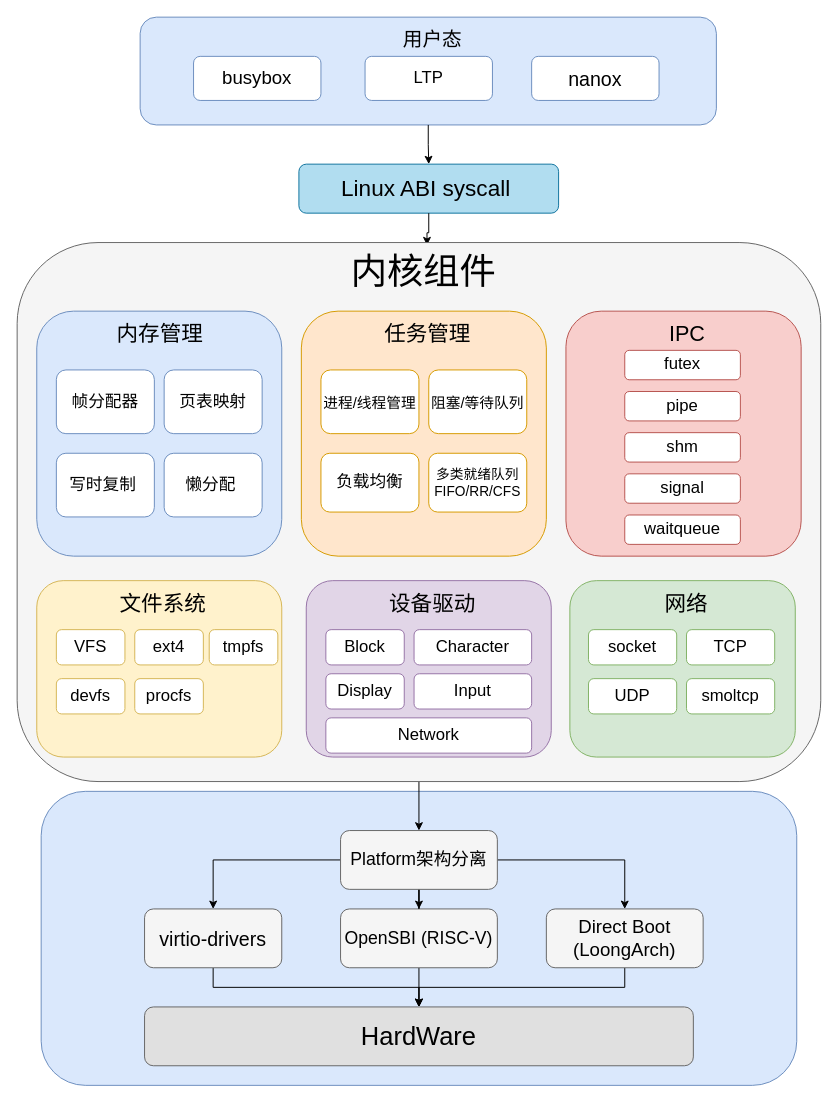
Before: docs/drawio/wateros-userpath.drawio in zhitian111/WaterOS, a draw.io diagram. Source tidied: cells renumbered, new cells numbered last; positions are measured from the earlier drawing's top-left corner, leaving out a move shared by most shapes. Both pictures are drawn from the tidied source at 98%, with x=0, y=0 at pixel (17, 17).
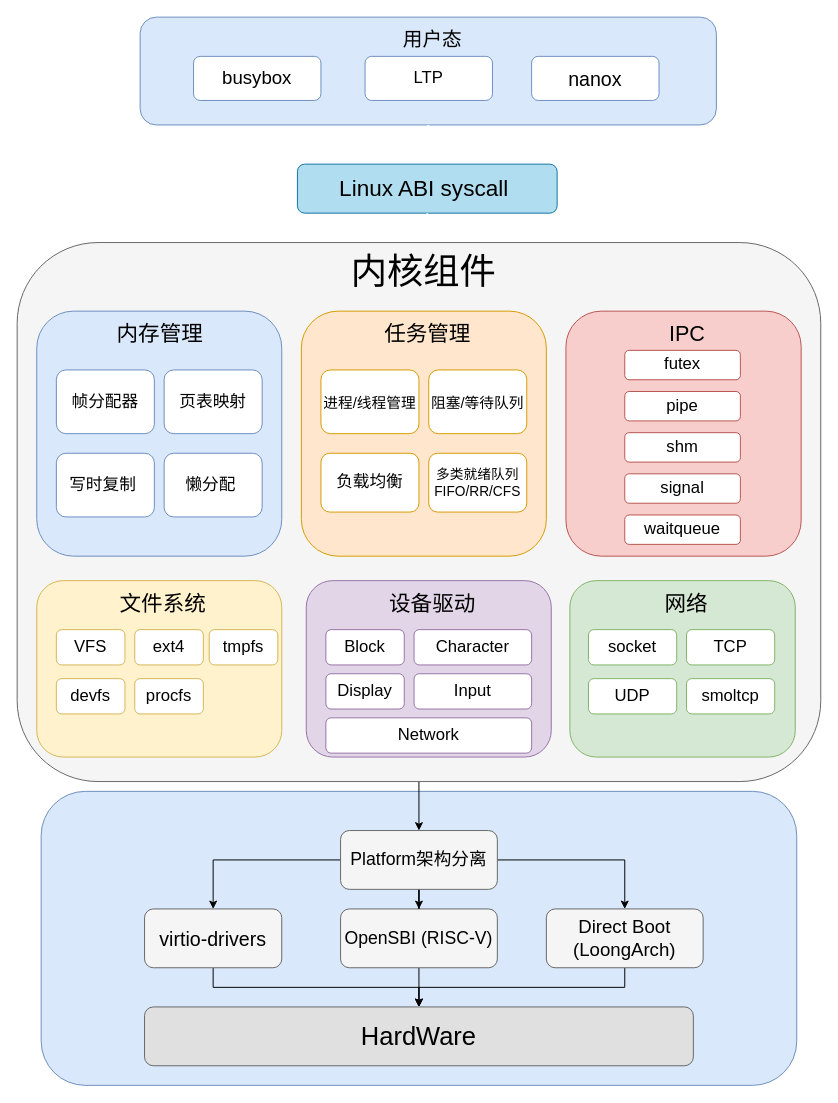
The same diagram, later.

Unchanged cells that the change refers to:
```xml
<mxCell id="2" value="&lt;font style=&quot;font-size: 20px;&quot;&gt;用户态&lt;/font&gt;" style="rounded=1;whiteSpace=wrap;html=1;fillColor=#dae8fc;strokeColor=#6c8ebf;verticalAlign=top;align=center;spacingLeft=8;spacingTop=4;" parent="1" vertex="1">
  <mxGeometry x="125.5" width="588" height="110" as="geometry" />
</mxCell>
<mxCell id="11" style="rounded=1;whiteSpace=wrap;html=1;fillColor=#f5f5f5;strokeColor=#666666;verticalAlign=top;align=left;spacingLeft=8;spacingTop=4;" parent="1" vertex="1">
  <mxGeometry y="230" width="820" height="550" as="geometry" />
</mxCell>
```

Diff of the diagram source:
```diff
@@
-    <mxCell id="6" style="edgeStyle=orthogonalEdgeStyle;rounded=0;jettySize=auto;html=1;" parent="1" edge="1" source="2" target="7">
+    <mxCell id="6" style="edgeStyle=orthogonalEdgeStyle;rounded=0;jettySize=auto;html=1;strokeColor=light-dark(#ffffff, #ededed);strokeWidth=2;" parent="1" edge="1" source="2" target="7">
       <mxGeometry relative="1" as="geometry" />
     </mxCell>
     <mxCell id="7" value="&lt;font style=&quot;font-size: 23px;&quot;&gt;Linux ABI syscall&amp;nbsp;&lt;/font&gt;" style="rounded=1;whiteSpace=wrap;html=1;fillColor=#b1ddf0;strokeColor=#10739e;" parent="1" vertex="1">
-      <mxGeometry x="287.5" y="150" width="265" height="50" as="geometry" />
+      <mxGeometry x="286" y="150" width="265" height="50" as="geometry" />
     </mxCell>
-    <mxCell id="8" style="edgeStyle=orthogonalEdgeStyle;rounded=0;jettySize=auto;html=1;entryX=0.51;entryY=0.005;entryDx=0;entryDy=0;entryPerimeter=0;" parent="1" edge="1" source="7" target="11">
+    <mxCell id="8" style="edgeStyle=orthogonalEdgeStyle;rounded=0;jettySize=auto;html=1;entryX=0.51;entryY=0.005;entryDx=0;entryDy=0;entryPerimeter=0;strokeWidth=2;strokeColor=light-dark(#ffffff, #ededed);" parent="1" edge="1" source="7" target="11">
       <mxGeometry relative="1" as="geometry" />
     </mxCell>
```
